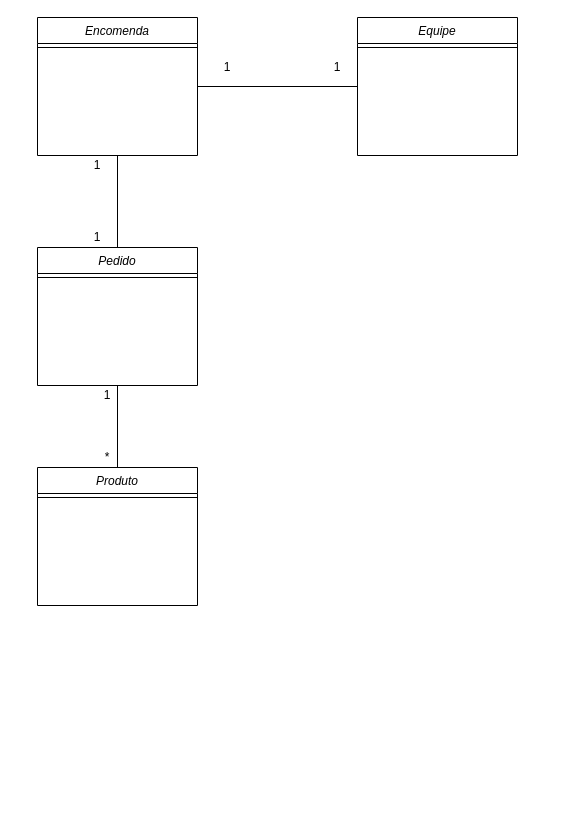
The draw.io diagram Diagrama.drawio in AnaBrando/CQRS-DDD-Docker-API, before the edit. Source tidied: cells renumbered, new cells numbered last; positions are measured from the earlier drawing's top-left corner, leaving out a move shared by most shapes. Both pictures are drawn from the tidied source at 100%, with x=0, y=0 at pixel (17, 17).
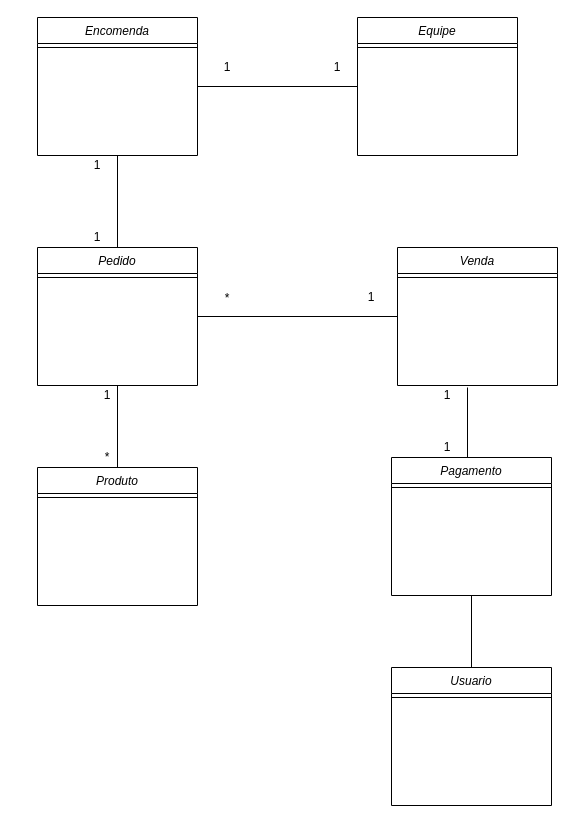
The same diagram, later.

Unchanged cells that the change refers to:
```xml
<mxCell id="9" value="Pedido" style="swimlane;fontStyle=2;align=center;verticalAlign=top;horizontal=1;startSize=26;rounded=0;shadow=0;strokeWidth=1;" parent="1" vertex="1">
  <mxGeometry x="20" y="230" width="160" height="138" as="geometry" />
</mxCell>
```

The edit, as a diff of the source:
```diff
@@
+    <mxCell id="19" style="endArrow=none;html=1;exitX=1;exitY=0.5;exitDx=0;exitDy=0;" parent="1" edge="1" source="9">
+      <mxGeometry relative="1" as="geometry">
+        <mxPoint x="380" y="299" as="targetPoint" />
+      </mxGeometry>
+    </mxCell>
+    <mxCell id="20" value="Venda" style="swimlane;fontStyle=2;align=center;verticalAlign=top;horizontal=1;startSize=26;rounded=0;shadow=0;strokeWidth=1;" parent="1" vertex="1">
+      <mxGeometry x="380" y="230" width="160" height="138" as="geometry" />
+    </mxCell>
+    <mxCell id="21" style="line;html=1;strokeWidth=1;align=left;verticalAlign=middle;spacingTop=-1;spacingLeft=3;spacingRight=3;labelPosition=right;" parent="20" vertex="1">
+      <mxGeometry y="26" width="160" height="8" as="geometry" />
+    </mxCell>
+    <mxCell id="22" value="1" style="text;html=1;strokeColor=none;fillColor=none;align=center;verticalAlign=middle;whiteSpace=wrap;rounded=0;" parent="1" vertex="1">
+      <mxGeometry x="334" y="270" width="40" height="20" as="geometry" />
+    </mxCell>
+    <mxCell id="23" value="1" style="text;html=1;strokeColor=none;fillColor=none;align=center;verticalAlign=middle;whiteSpace=wrap;rounded=0;" parent="1" vertex="1">
+      <mxGeometry x="410" y="368" width="40" height="20" as="geometry" />
+    </mxCell>
+    <mxCell id="24" style="endArrow=none;html=1;exitX=1;exitY=1;exitDx=0;exitDy=0;" parent="1" edge="1" source="25">
+      <mxGeometry relative="1" as="geometry">
+        <mxPoint x="450" y="370" as="targetPoint" />
+      </mxGeometry>
+    </mxCell>
+    <mxCell id="25" value="1" style="text;html=1;strokeColor=none;fillColor=none;align=center;verticalAlign=middle;whiteSpace=wrap;rounded=0;" parent="1" vertex="1">
+      <mxGeometry x="410" y="420" width="40" height="20" as="geometry" />
+    </mxCell>
+    <mxCell id="26" value="Pagamento" style="swimlane;fontStyle=2;align=center;verticalAlign=top;horizontal=1;startSize=26;rounded=0;shadow=0;strokeWidth=1;" parent="1" vertex="1">
+      <mxGeometry x="374" y="440" width="160" height="138" as="geometry" />
+    </mxCell>
+    <mxCell id="27" style="line;html=1;strokeWidth=1;align=left;verticalAlign=middle;spacingTop=-1;spacingLeft=3;spacingRight=3;labelPosition=right;" parent="26" vertex="1">
+      <mxGeometry y="26" width="160" height="8" as="geometry" />
+    </mxCell>
+    <mxCell id="28" value="Usuario" style="swimlane;fontStyle=2;align=center;verticalAlign=top;horizontal=1;startSize=26;rounded=0;shadow=0;strokeWidth=1;" parent="1" vertex="1">
+      <mxGeometry x="374" y="650" width="160" height="138" as="geometry" />
+    </mxCell>
+    <mxCell id="29" style="line;html=1;strokeWidth=1;align=left;verticalAlign=middle;spacingTop=-1;spacingLeft=3;spacingRight=3;labelPosition=right;" parent="28" vertex="1">
+      <mxGeometry y="26" width="160" height="8" as="geometry" />
+    </mxCell>
+    <mxCell id="30" style="endArrow=none;html=1;entryX=0.5;entryY=1;entryDx=0;entryDy=0;" parent="1" edge="1" source="28" target="26">
+      <mxGeometry relative="1" as="geometry" />
+    </mxCell>
+    <mxCell id="31" value="*" style="text;html=1;strokeColor=none;fillColor=none;align=center;verticalAlign=middle;whiteSpace=wrap;rounded=0;" parent="1" vertex="1">
+      <mxGeometry x="190" y="280" width="40" as="geometry" />
+    </mxCell>
```
